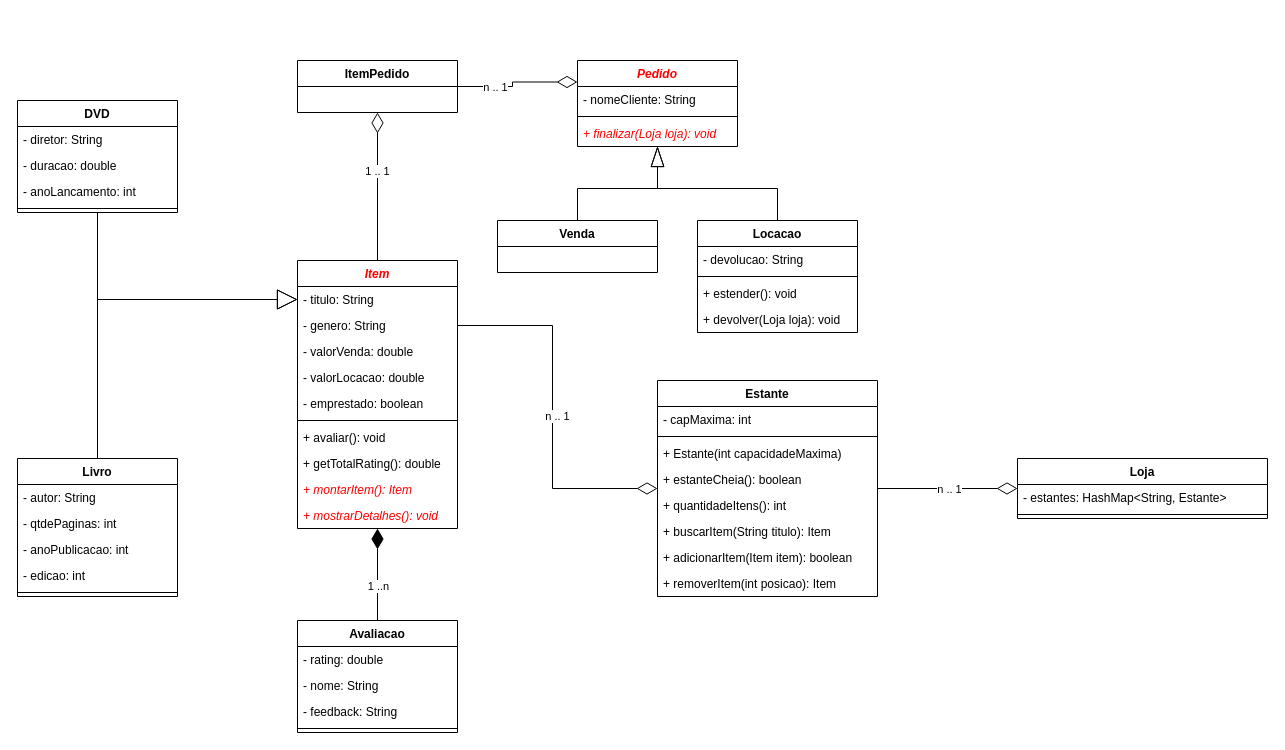
The draw.io diagram page "Livraria" (3 of 8) of diagramas.drawio in hannaBanannaOF/entra21-git-inicio, before the edit. Source tidied: cells renumbered, new cells numbered last; positions are measured from the earlier drawing's top-left corner, leaving out a move shared by most shapes. Both pictures are drawn from the tidied source at 100%, with x=0, y=0 at pixel (17, 60).
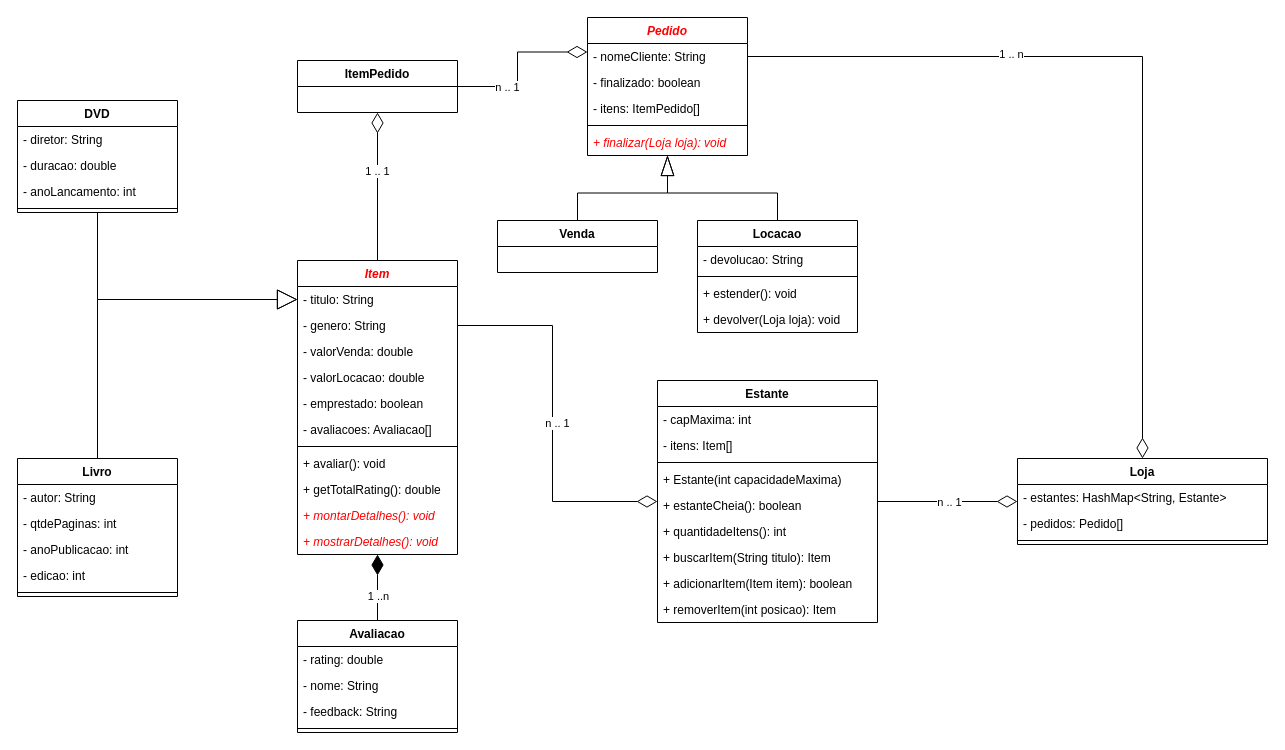
The same diagram, later.

The change refers to these unchanged cells:
```xml
<mxCell id="60" value="- nomeCliente: String" style="text;strokeColor=none;fillColor=none;align=left;verticalAlign=top;spacingLeft=4;spacingRight=4;overflow=hidden;points=[[0,0.5],[1,0.5]];portConstraint=eastwest;" parent="59" vertex="1">
  <mxGeometry y="26" width="160" height="26" as="geometry" />
</mxCell>
```

What changed in the source:
```diff
@@
     <mxCell id="4" value="Estante" style="swimlane;fontStyle=1;align=center;verticalAlign=top;horizontal=1;startSize=26;" parent="1" vertex="1">
-      <mxGeometry x="640" y="320" width="220" height="216" as="geometry" />
+      <mxGeometry x="640" y="320" width="220" height="242" as="geometry" />
     </mxCell>
@@
+    <mxCell id="66" value="- itens: Item[]" style="text;strokeColor=none;fillColor=none;align=left;verticalAlign=top;spacingLeft=4;spacingRight=4;overflow=hidden;" parent="4" vertex="1">
+      <mxGeometry y="52" width="220" height="26" as="geometry" />
+    </mxCell>
     <mxCell id="6" style="line;strokeWidth=1;fillColor=none;align=left;verticalAlign=middle;spacingTop=-1;spacingLeft=3;spacingRight=3;labelPosition=right;" parent="4" vertex="1">
-      <mxGeometry y="52" width="220" height="8" as="geometry" />
+      <mxGeometry y="78" width="220" height="8" as="geometry" />
     </mxCell>
     <mxCell id="7" value="+ Estante(int capacidadeMaxima)" style="text;strokeColor=none;fillColor=none;align=left;verticalAlign=top;spacingLeft=4;spacingRight=4;overflow=hidden;" parent="4" vertex="1">
-      <mxGeometry y="60" width="220" height="26" as="geometry" />
+      <mxGeometry y="86" width="220" height="26" as="geometry" />
     </mxCell>
     <mxCell id="8" value="+ estanteCheia(): boolean" style="text;strokeColor=none;fillColor=none;align=left;verticalAlign=top;spacingLeft=4;spacingRight=4;overflow=hidden;" parent="4" vertex="1">
-      <mxGeometry y="86" width="220" height="26" as="geometry" />
+      <mxGeometry y="112" width="220" height="26" as="geometry" />
     </mxCell>
     <mxCell id="9" value="+ quantidadeItens(): int" style="text;strokeColor=none;fillColor=none;align=left;verticalAlign=top;spacingLeft=4;spacingRight=4;overflow=hidden;" parent="4" vertex="1">
-      <mxGeometry y="112" width="220" height="26" as="geometry" />
+      <mxGeometry y="138" width="220" height="26" as="geometry" />
     </mxCell>
     <mxCell id="10" value="+ buscarItem(String titulo): Item" style="text;strokeColor=none;fillColor=none;align=left;verticalAlign=top;spacingLeft=4;spacingRight=4;overflow=hidden;" parent="4" vertex="1">
-      <mxGeometry y="138" width="220" height="26" as="geometry" />
+      <mxGeometry y="164" width="220" height="26" as="geometry" />
     </mxCell>
     <mxCell id="11" value="+ adicionarItem(Item item): boolean" style="text;strokeColor=none;fillColor=none;align=left;verticalAlign=top;spacingLeft=4;spacingRight=4;overflow=hidden;" parent="4" vertex="1">
-      <mxGeometry y="164" width="220" height="26" as="geometry" />
+      <mxGeometry y="190" width="220" height="26" as="geometry" />
     </mxCell>
     <mxCell id="12" value="+ removerItem(int posicao): Item" style="text;strokeColor=none;fillColor=none;align=left;verticalAlign=top;spacingLeft=4;spacingRight=4;overflow=hidden;" parent="4" vertex="1">
-      <mxGeometry y="190" width="220" height="26" as="geometry" />
+      <mxGeometry y="216" width="220" height="26" as="geometry" />
     </mxCell>
@@
     <mxCell id="37" value="Loja" style="swimlane;fontStyle=1;align=center;verticalAlign=top;horizontal=1;startSize=26;" parent="1" vertex="1">
-      <mxGeometry x="1000" y="398" width="250" height="60" as="geometry" />
+      <mxGeometry x="1000" y="398" width="250" height="86" as="geometry" />
     </mxCell>
@@
+    <mxCell id="67" value="- pedidos: Pedido[]" style="text;strokeColor=none;fillColor=none;align=left;verticalAlign=top;spacingLeft=4;spacingRight=4;overflow=hidden;" parent="37" vertex="1">
+      <mxGeometry y="52" width="250" height="26" as="geometry" />
+    </mxCell>
     <mxCell id="39" style="line;strokeWidth=1;fillColor=none;align=left;verticalAlign=middle;spacingTop=-1;spacingLeft=3;spacingRight=3;labelPosition=right;" parent="37" vertex="1">
-      <mxGeometry y="52" width="250" height="8" as="geometry" />
+      <mxGeometry y="78" width="250" height="8" as="geometry" />
     </mxCell>
@@
     <mxCell id="42" value="Item" style="swimlane;fontStyle=3;align=center;verticalAlign=top;horizontal=1;startSize=26;fontColor=#FF0000;" parent="1" vertex="1">
-      <mxGeometry x="280" y="200" width="160" height="268" as="geometry" />
+      <mxGeometry x="280" y="200" width="160" height="294" as="geometry" />
     </mxCell>
@@
+    <mxCell id="68" value="- avaliacoes: Avaliacao[]" style="text;strokeColor=none;fillColor=none;align=left;verticalAlign=top;spacingLeft=4;spacingRight=4;overflow=hidden;" parent="42" vertex="1">
+      <mxGeometry y="156" width="160" height="26" as="geometry" />
+    </mxCell>
     <mxCell id="48" style="line;strokeWidth=1;fillColor=none;align=left;verticalAlign=middle;spacingTop=-1;spacingLeft=3;spacingRight=3;labelPosition=right;" parent="42" vertex="1">
-      <mxGeometry y="156" width="160" height="8" as="geometry" />
+      <mxGeometry y="182" width="160" height="8" as="geometry" />
     </mxCell>
     <mxCell id="49" value="+ avaliar(): void" style="text;strokeColor=none;fillColor=none;align=left;verticalAlign=top;spacingLeft=4;spacingRight=4;overflow=hidden;" parent="42" vertex="1">
-      <mxGeometry y="164" width="160" height="26" as="geometry" />
+      <mxGeometry y="190" width="160" height="26" as="geometry" />
     </mxCell>
     <mxCell id="50" value="+ getTotalRating(): double" style="text;strokeColor=none;fillColor=none;align=left;verticalAlign=top;spacingLeft=4;spacingRight=4;overflow=hidden;" parent="42" vertex="1">
-      <mxGeometry y="190" width="160" height="26" as="geometry" />
+      <mxGeometry y="216" width="160" height="26" as="geometry" />
     </mxCell>
-    <mxCell id="51" value="+ montarItem(): Item" style="text;strokeColor=none;fillColor=none;align=left;verticalAlign=top;spacingLeft=4;spacingRight=4;overflow=hidden;fontStyle=2;fontColor=#FF0000;" parent="42" vertex="1">
-      <mxGeometry y="216" width="160" height="26" as="geometry" />
+    <mxCell id="51" value="+ montarDetalhes(): void" style="text;strokeColor=none;fillColor=none;align=left;verticalAlign=top;spacingLeft=4;spacingRight=4;overflow=hidden;fontStyle=2;fontColor=#FF0000;" parent="42" vertex="1">
+      <mxGeometry y="242" width="160" height="26" as="geometry" />
     </mxCell>
     <mxCell id="52" value="+ mostrarDetalhes(): void" style="text;strokeColor=none;fillColor=none;align=left;verticalAlign=top;spacingLeft=4;spacingRight=4;overflow=hidden;fontStyle=2;fontColor=#FF0000;" parent="42" vertex="1">
-      <mxGeometry y="242" width="160" height="26" as="geometry" />
+      <mxGeometry y="268" width="160" height="26" as="geometry" />
     </mxCell>
@@
     <mxCell id="59" value="Pedido" style="swimlane;fontStyle=3;align=center;verticalAlign=top;horizontal=1;startSize=26;fontColor=#FF0000;" parent="1" vertex="1">
-      <mxGeometry x="560" width="160" height="86" as="geometry" />
+      <mxGeometry x="570" y="-43" width="160" height="138" as="geometry" />
     </mxCell>
@@
+    <mxCell id="69" value="- finalizado: boolean" style="text;strokeColor=none;fillColor=none;align=left;verticalAlign=top;spacingLeft=4;spacingRight=4;overflow=hidden;" parent="59" vertex="1">
+      <mxGeometry y="52" width="160" height="26" as="geometry" />
+    </mxCell>
+    <mxCell id="70" value="- itens: ItemPedido[]" style="text;strokeColor=none;fillColor=none;align=left;verticalAlign=top;spacingLeft=4;spacingRight=4;overflow=hidden;" parent="59" vertex="1">
+      <mxGeometry y="78" width="160" height="26" as="geometry" />
+    </mxCell>
     <mxCell id="61" style="line;strokeWidth=1;fillColor=none;align=left;verticalAlign=middle;spacingTop=-1;spacingLeft=3;spacingRight=3;labelPosition=right;" parent="59" vertex="1">
-      <mxGeometry y="52" width="160" height="8" as="geometry" />
+      <mxGeometry y="104" width="160" height="8" as="geometry" />
     </mxCell>
     <mxCell id="62" value="+ finalizar(Loja loja): void" style="text;strokeColor=none;fillColor=none;align=left;verticalAlign=top;spacingLeft=4;spacingRight=4;overflow=hidden;fontStyle=2;fontColor=#FF0000;" parent="59" vertex="1">
-      <mxGeometry y="60" width="160" height="26" as="geometry" />
+      <mxGeometry y="112" width="160" height="26" as="geometry" />
     </mxCell>
@@
+    <mxCell id="71" style="edgeStyle=orthogonalEdgeStyle;rounded=0;jettySize=auto;html=1;exitX=1;exitY=0.5;exitDx=0;exitDy=0;endArrow=diamondThin;endFill=0;endSize=18;" parent="1" edge="1" source="60" target="37">
+      <mxGeometry relative="1" as="geometry" />
+    </mxCell>
+    <mxCell id="72" value="1 .. n" style="edgeLabel;html=1;align=center;verticalAlign=middle;" parent="71" vertex="1">
+      <mxGeometry x="-0.34" y="3" relative="1" as="geometry" />
+    </mxCell>
```
